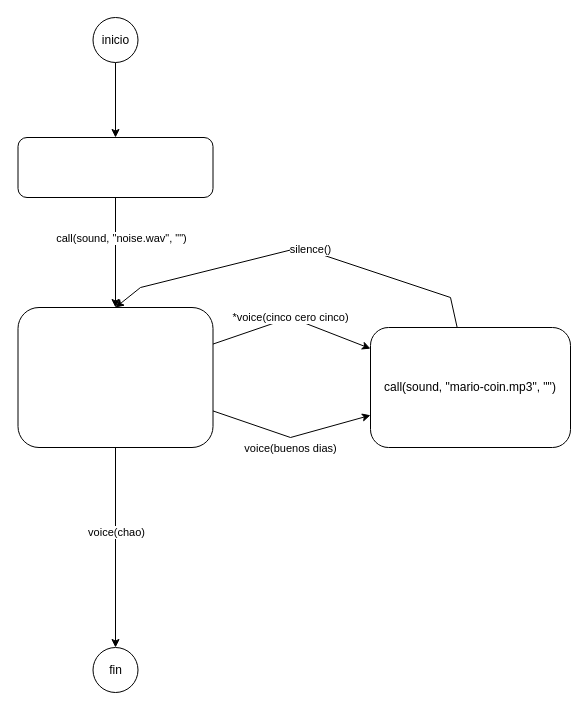
Above: data/ue/scenes/caso1.drawio in ejfdelgado/ejflab (draw.io), before the change. Source tidied: cells renumbered, new cells numbered last; positions are measured from the earlier drawing's top-left corner, leaving out a move shared by most shapes. Both pictures are drawn from the tidied source at 100%, with x=0, y=0 at pixel (18, 17).
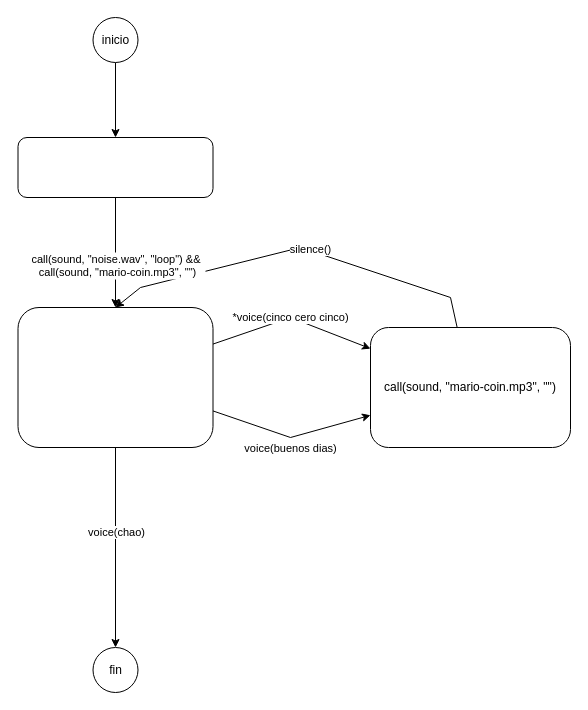
The same diagram, later.

Commit message (it also covers changes not shown here):
added sleep for sound mp3 and wav

The change refers to these unchanged cells:
```xml
<mxCell id="15" style="edgeStyle=none;rounded=0;html=1;" parent="1" edge="1" source="17" target="13">
  <mxGeometry relative="1" as="geometry" />
</mxCell>
```

The edit, as a diff of the source:
```diff
@@
-    <mxCell id="16" value="call(sound, &quot;noise.wav&quot;, &quot;&quot;)" style="edgeLabel;html=1;align=center;verticalAlign=middle;" parent="15" vertex="1">
-      <mxGeometry x="-0.43" y="2" relative="1" as="geometry">
-        <mxPoint x="3" y="9" as="offset" />
-      </mxGeometry>
-    </mxCell>
+    <mxCell id="18" value="&lt;div style=&quot;color: rgb(212, 212, 212); background-color: rgb(30, 30, 30); font-family: &amp;quot;Droid Sans Mono&amp;quot;, &amp;quot;monospace&amp;quot;, monospace; font-size: 14px; line-height: 19px;&quot;&gt;&lt;br&gt;&lt;/div&gt;" style="edgeLabel;html=1;align=center;verticalAlign=middle;" parent="15" vertex="1">
+      <mxGeometry x="-0.34" y="-2" relative="1" as="geometry" />
+    </mxCell>
+    <mxCell id="19" value="call(sound, &quot;noise.wav&quot;, &quot;loop&quot;) &amp;&amp; &#10;call(sound, &quot;mario-coin.mp3&quot;, &quot;&quot;)" style="edgeLabel;align=center;verticalAlign=middle;" parent="15" vertex="1">
+      <mxGeometry x="0.22" y="2" relative="1" as="geometry" />
+    </mxCell>
```
